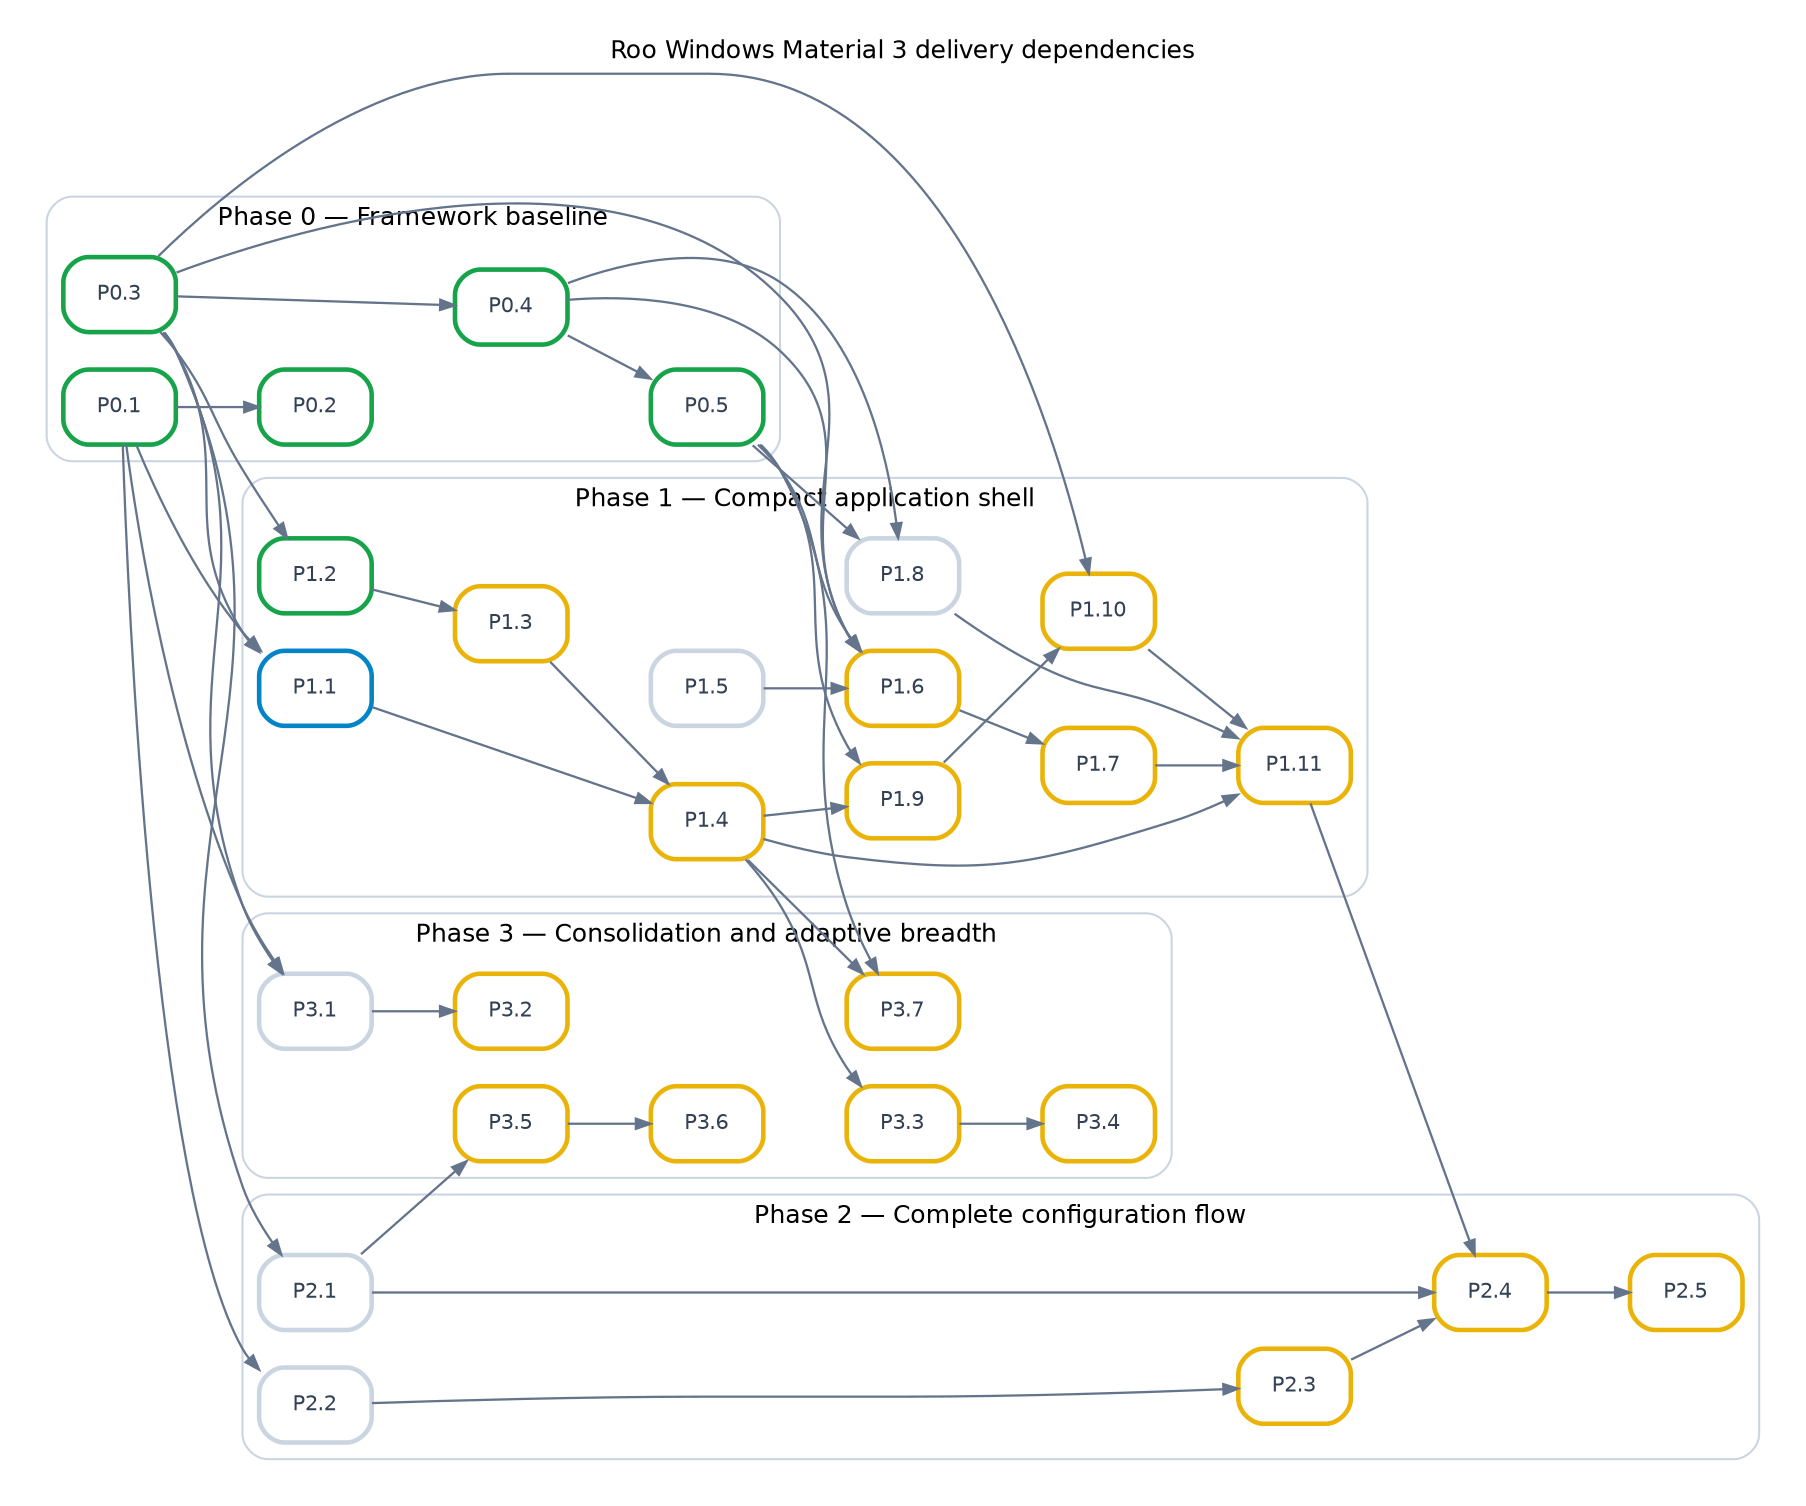
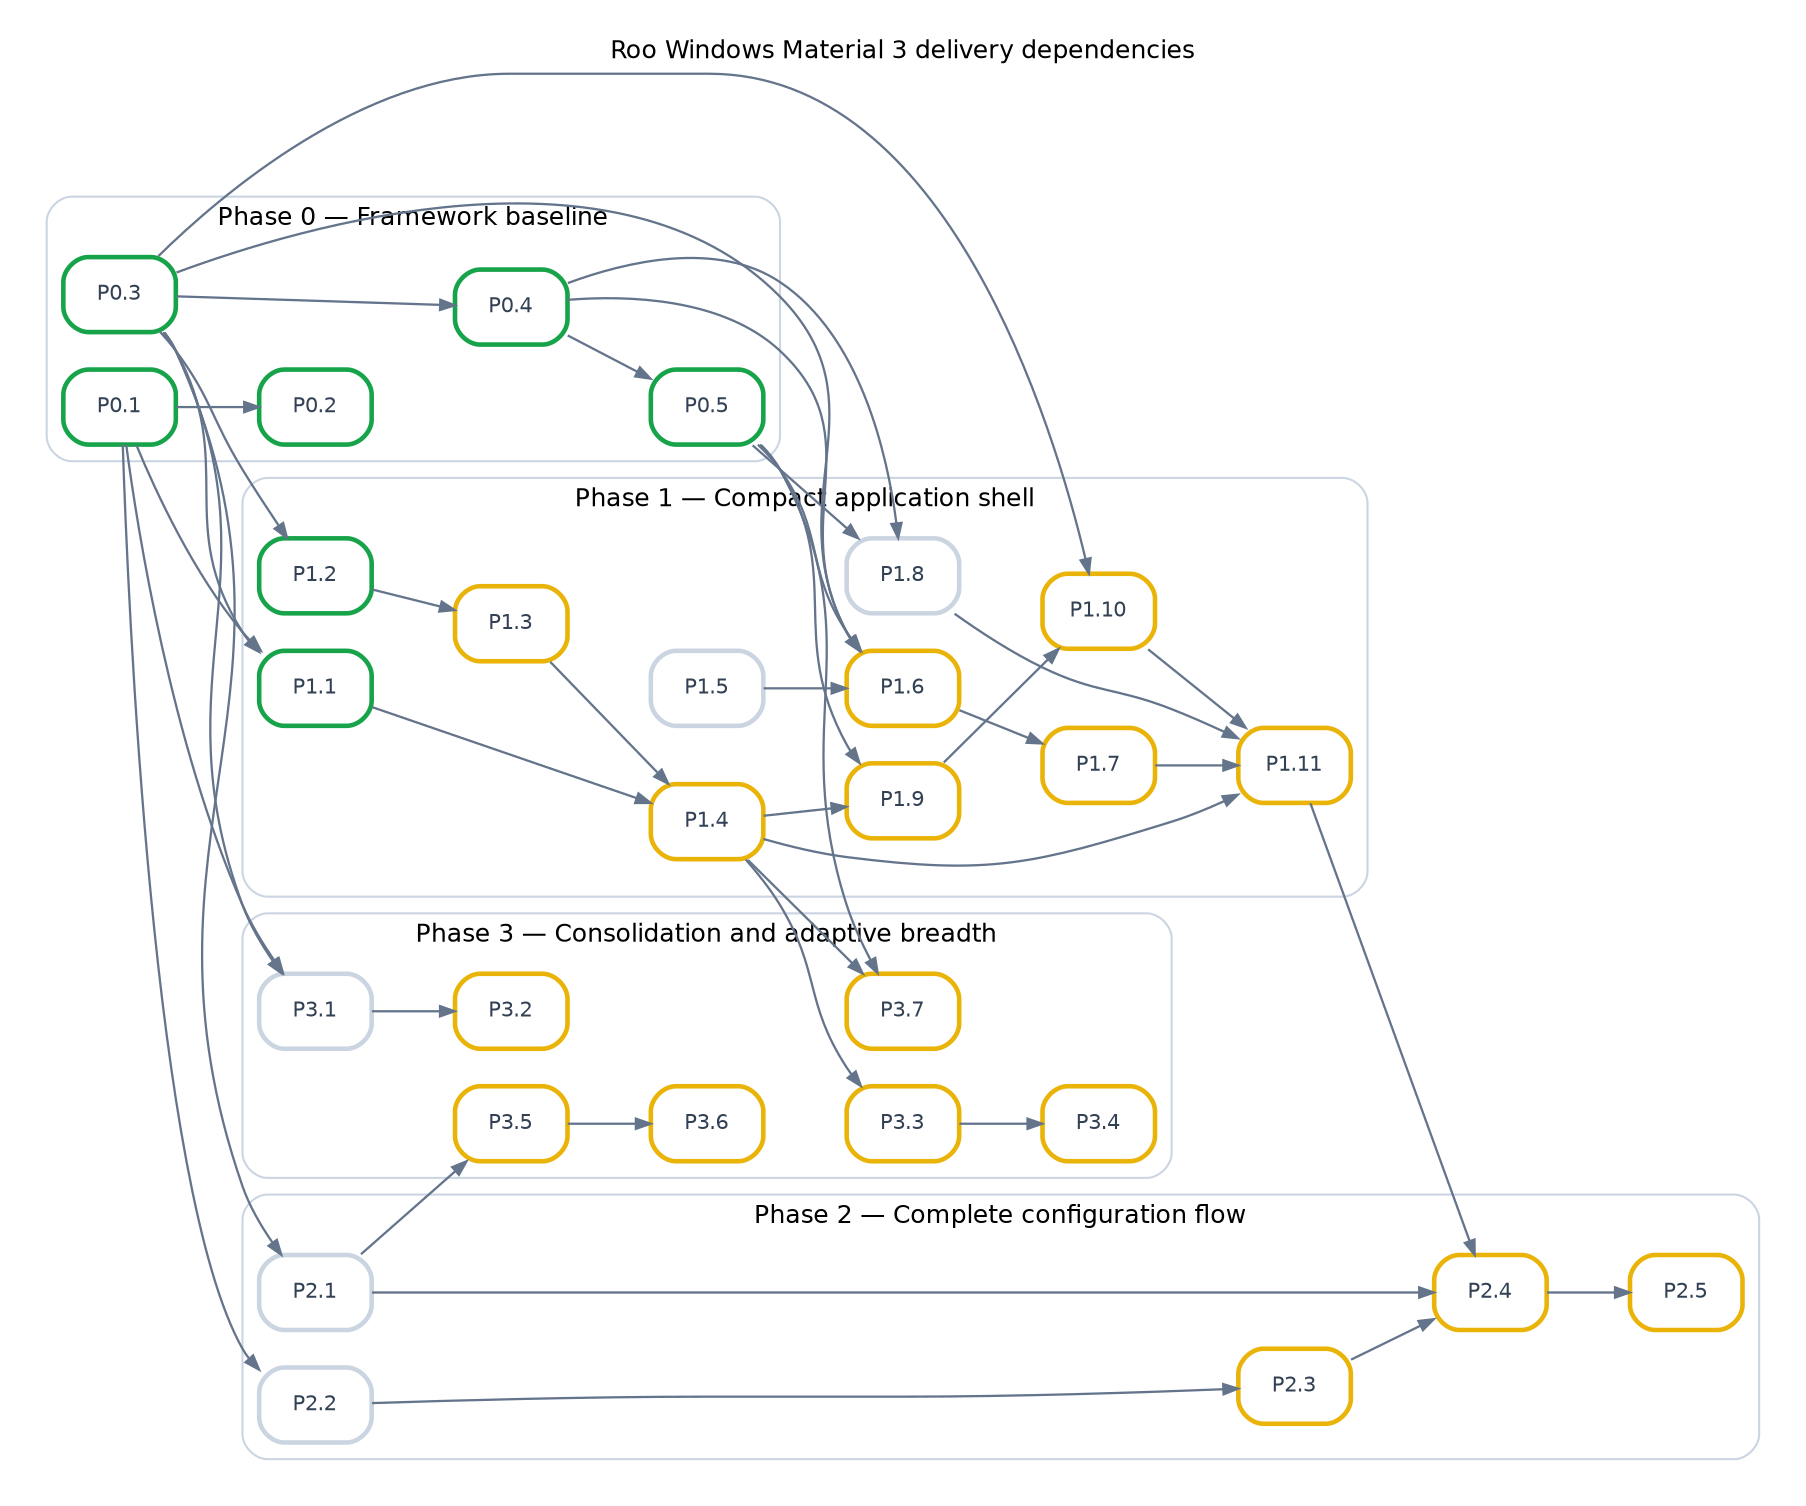
// Source for material3_roadmap_dependencies.svg.
// Keep the full dependency set here. Generate the displayed transitive
// reduction from the repository root with:
//   tred docs/material3_roadmap_dependencies.dot | \
//     dot -Tsvg -o docs/material3_roadmap_dependencies.svg
digraph material3_roadmap_dependencies {
  graph [
    rankdir=LR,
    newrank=true,
    bgcolor="#FFFFFF",
    pad=0.2,
    nodesep=0.25,
    ranksep=0.55,
    fontname="DejaVu Sans",
    fontsize=12,
    labelloc=t,
    label="Roo Windows Material 3 delivery dependencies"
  ];
  node [
    shape=box,
    style="rounded,filled",
    margin="0.10,0.06",
    fontname="DejaVu Sans",
    fontsize=10,
    penwidth=2.2,
    target="_top",
    fillcolor="#FFFFFF",
    color="#EAB308",
    fontcolor="#334155"
  ];
  edge [color="#64748B", arrowsize=0.7, penwidth=1.1];

  subgraph cluster_phase0 {
    label="Phase 0 — Framework baseline";
    color="#CBD5E1";
    style="rounded";

    p0_1 [label="P0.1", fillcolor="#FFFFFF", color="#16A34A",
          fontcolor="#334155", URL="material3_roadmap.md#p0-1",
          tooltip="Theme ownership split"];
    p0_2 [label="P0.2", fillcolor="#FFFFFF", color="#16A34A",
          fontcolor="#334155", URL="material3_roadmap.md#p0-2",
          tooltip="Supported-target baseline for the theme split"];
    p0_3 [label="P0.3", fillcolor="#FFFFFF", color="#16A34A",
          fontcolor="#334155", URL="material3_roadmap.md#p0-3",
          tooltip="Keyboard/focus framework"];
    p0_4 [label="P0.4", fillcolor="#FFFFFF", color="#16A34A",
          fontcolor="#334155", URL="material3_roadmap.md#p0-4",
          tooltip="Semantic Back/Escape routing"];
    p0_5 [label="P0.5", fillcolor="#FFFFFF", color="#16A34A",
          fontcolor="#334155", URL="material3_roadmap.md#p0-5",
          tooltip="Interactive-transient slot and dialog lifetime migration"];
  }

  subgraph cluster_phase1 {
    label="Phase 1 — Compact application shell";
    color="#CBD5E1";
    style="rounded";

-     p1_1 [label="P1.1", fillcolor="#FFFFFF", color="#0284C7",
+     p1_1 [label="P1.1", fillcolor="#FFFFFF", color="#16A34A",
          fontcolor="#334155", URL="material3_roadmap.md#p1-1",
          tooltip="Finish app-bar component verification"];
    p1_2 [label="P1.2", fillcolor="#FFFFFF", color="#16A34A",
          fontcolor="#334155", URL="material3_roadmap.md#p1-2",
          tooltip="Amend the navigation-bar design for keyboard operation"];
    p1_3 [label="P1.3", URL="material3_roadmap.md#p1-3",
          tooltip="Implement compact navigation bar"];
    p1_4 [label="P1.4", URL="material3_roadmap.md#p1-4",
          tooltip="Implement the compact LayoutScaffold slice"];
    p1_5 [label="P1.5", fillcolor="#FFFFFF", color="#CBD5E1",
          fontcolor="#334155", URL="material3_roadmap.md#p1-5",
          tooltip="Implement the shared presentation-pin host"];
    p1_6 [label="P1.6", URL="material3_roadmap.md#p1-6",
          tooltip="Reconcile menu ownership and input design"];
    p1_7 [label="P1.7", URL="material3_roadmap.md#p1-7",
          tooltip="Implement Material 3 menus"];
    p1_8 [label="P1.8", fillcolor="#FFFFFF", color="#CBD5E1",
          fontcolor="#334155", URL="material3_roadmap.md#p1-8",
          tooltip="Implement basic Material 3 dialogs"];
    p1_9 [label="P1.9", URL="material3_roadmap.md#p1-9",
          tooltip="Reconcile snackbar queue ownership design"];
    p1_10 [label="P1.10", URL="material3_roadmap.md#p1-10",
           tooltip="Implement snackbar widget, presenter, and queue"];
    p1_11 [label="P1.11", URL="material3_roadmap.md#p1-11",
           tooltip="Integrate the compact settings shell"];
  }

  subgraph cluster_phase2 {
    label="Phase 2 — Complete configuration flow";
    color="#CBD5E1";
    style="rounded";

    p2_1 [label="P2.1", fillcolor="#FFFFFF", color="#CBD5E1",
          fontcolor="#334155", URL="material3_roadmap.md#p2-1",
          tooltip="Implement single-line Material 3 text fields"];
    p2_2 [label="P2.2", fillcolor="#FFFFFF", color="#CBD5E1",
          fontcolor="#334155", URL="material3_roadmap.md#p2-2",
          tooltip="Design progress indicators"];
    p2_3 [label="P2.3", URL="material3_roadmap.md#p2-3",
          tooltip="Implement progress indicators"];
    p2_4 [label="P2.4", URL="material3_roadmap.md#p2-4",
          tooltip="Implement the Material 3 Wi-Fi configuration flow"];
    p2_5 [label="P2.5", URL="material3_roadmap.md#p2-5",
          tooltip="Verify the configuration flow on target"];
  }

  subgraph cluster_phase3 {
    label="Phase 3 — Consolidation and adaptive breadth";
    color="#CBD5E1";
    style="rounded";

    p3_1 [label="P3.1", fillcolor="#FFFFFF", color="#CBD5E1",
          fontcolor="#334155", URL="material3_roadmap.md#p3-1",
          tooltip="Specify the existing card, checkbox, radio-button, and switch families"];
    p3_2 [label="P3.2", URL="material3_roadmap.md#p3-2",
          tooltip="Reconcile existing control implementations with P3.1"];
    p3_3 [label="P3.3", URL="material3_roadmap.md#p3-3",
          tooltip="Design adaptive navigation orchestration"];
    p3_4 [label="P3.4", URL="material3_roadmap.md#p3-4",
          tooltip="Implement adaptive navigation"];
    p3_5 [label="P3.5", URL="material3_roadmap.md#p3-5",
          tooltip="Design multiline editing and composition"];
    p3_6 [label="P3.6", URL="material3_roadmap.md#p3-6",
          tooltip="Implement multiline Material 3 text fields"];
    p3_7 [label="P3.7", URL="material3_roadmap.md#p3-7",
          tooltip="Implement modal sheets and adopt transient lifetime"];
  }

  p0_1 -> p0_2;
  p0_3 -> p0_4 -> p0_5;

  p0_1 -> p1_1;
  p0_3 -> p1_1;
  p0_3 -> p1_2;
  p1_2 -> p1_3;
  p1_1 -> p1_4;
  p1_3 -> p1_4;
  p0_3 -> p1_6;
  p0_4 -> p1_6;
  p0_5 -> p1_6;
  p1_5 -> p1_6 -> p1_7;
  p0_4 -> p1_8;
  p0_5 -> p1_8;
  p0_5 -> p1_9;
  p1_4 -> p1_9;
  p0_3 -> p1_10;
  p1_9 -> p1_10;
  p1_4 -> p1_11;
  p1_7 -> p1_11;
  p1_8 -> p1_11;
  p1_10 -> p1_11;

  p0_3 -> p2_1;
  p0_1 -> p2_2;
  p2_2 -> p2_3;
  p1_11 -> p2_4;
  p2_1 -> p2_4;
  p2_3 -> p2_4 -> p2_5;

  p0_1 -> p3_1;
  p0_3 -> p3_1;
  p3_1 -> p3_2;
  p1_4 -> p3_3 -> p3_4;
  p2_1 -> p3_5 -> p3_6;
  p0_5 -> p3_7;
  p1_4 -> p3_7;
}
